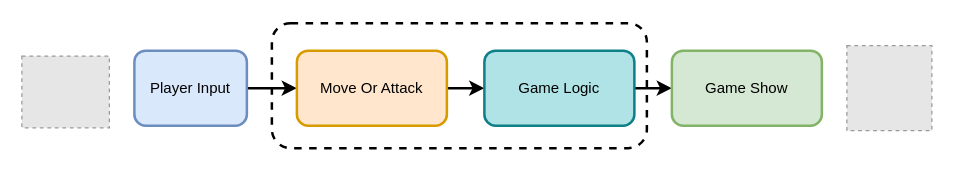
The draw.io diagram page "multi 的副本" (6 of 47) of booming/Booming ypwangv6.0 new 104ppt-17.drawio in yrdimple/flowChart, before the edit. Source tidied: cells renumbered, new cells numbered last; positions are measured from the earlier drawing's top-left corner, leaving out a move shared by most shapes. Both pictures are drawn from the tidied source at 125%, with x=0, y=0 at pixel (21, 22). Pictures stored in the file or linked from it are replaced by grey dashed boxes.
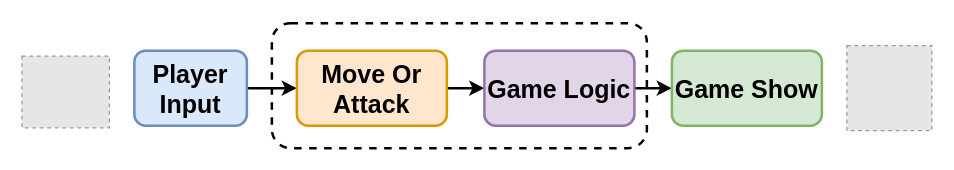
The same diagram, later.

Diff of the diagram source:
```diff
@@
 <mxGraphModel>
   <root>
     <mxCell id="0" />
     <mxCell id="1" parent="0" />
+    <mxCell id="11" style="rounded=1;whiteSpace=wrap;html=1;strokeWidth=2;fillColor=none;dashed=1;fontSize=20;fontStyle=1;" parent="1" vertex="1">
+      <mxGeometry x="200" width="300" height="100" as="geometry" />
+    </mxCell>
-    <mxCell id="2" style="fillColor=#E6E6E6;strokeColor=#999999;dashed=1;verticalLabelPosition=bottom;labelBackgroundColor=default;verticalAlign=top;" parent="1" vertex="1">
+    <mxCell id="2" style="fillColor=#E6E6E6;strokeColor=#999999;dashed=1;verticalLabelPosition=bottom;labelBackgroundColor=default;verticalAlign=top;fontSize=20;fontStyle=1;" parent="1" vertex="1">
       <mxGeometry y="26.3" width="70" height="57.4" as="geometry" />
     </mxCell>
-    <mxCell id="3" style="edgeStyle=orthogonalEdgeStyle;rounded=0;jettySize=auto;html=1;entryX=0;entryY=0.5;entryDx=0;entryDy=0;strokeWidth=2;" parent="1" edge="1" source="4" target="6">
+    <mxCell id="3" style="edgeStyle=orthogonalEdgeStyle;rounded=0;jettySize=auto;html=1;entryX=0;entryY=0.5;entryDx=0;entryDy=0;strokeWidth=2;fontSize=20;fontStyle=1;" parent="1" edge="1" source="4" target="6">
       <mxGeometry relative="1" as="geometry" />
     </mxCell>
-    <mxCell id="4" value="Player Input" style="rounded=1;whiteSpace=wrap;html=1;strokeWidth=2;fillColor=#dae8fc;strokeColor=#6c8ebf;" parent="1" vertex="1">
+    <mxCell id="4" value="Player Input" style="rounded=1;whiteSpace=wrap;html=1;strokeWidth=2;fillColor=#dae8fc;strokeColor=#6c8ebf;fontSize=20;fontStyle=1;" parent="1" vertex="1">
       <mxGeometry x="90" y="22" width="90" height="60" as="geometry" />
     </mxCell>
-    <mxCell id="5" style="edgeStyle=orthogonalEdgeStyle;rounded=0;jettySize=auto;html=1;entryX=0;entryY=0.5;entryDx=0;entryDy=0;strokeWidth=2;" parent="1" edge="1" source="6" target="8">
+    <mxCell id="5" style="edgeStyle=orthogonalEdgeStyle;rounded=0;jettySize=auto;html=1;entryX=0;entryY=0.5;entryDx=0;entryDy=0;strokeWidth=2;fontSize=20;fontStyle=1;" parent="1" edge="1" source="6" target="8">
       <mxGeometry relative="1" as="geometry" />
     </mxCell>
-    <mxCell id="6" value="Move Or Attack" style="rounded=1;whiteSpace=wrap;html=1;strokeWidth=2;fillColor=#ffe6cc;strokeColor=#d79b00;" parent="1" vertex="1">
+    <mxCell id="6" value="Move Or Attack" style="rounded=1;whiteSpace=wrap;html=1;strokeWidth=2;fillColor=#ffe6cc;strokeColor=#d79b00;fontSize=20;fontStyle=1;" parent="1" vertex="1">
       <mxGeometry x="220" y="22" width="120" height="60" as="geometry" />
     </mxCell>
-    <mxCell id="7" style="edgeStyle=orthogonalEdgeStyle;rounded=0;jettySize=auto;html=1;strokeWidth=2;" parent="1" edge="1" source="8" target="9">
+    <mxCell id="7" style="edgeStyle=orthogonalEdgeStyle;rounded=0;jettySize=auto;html=1;strokeWidth=2;fontSize=20;fontStyle=1;" parent="1" edge="1" source="8" target="9">
       <mxGeometry relative="1" as="geometry" />
     </mxCell>
-    <mxCell id="8" value="Game Logic" style="rounded=1;whiteSpace=wrap;html=1;strokeWidth=2;fillColor=#b0e3e6;strokeColor=#0e8088;" parent="1" vertex="1">
+    <mxCell id="8" value="Game Logic" style="rounded=1;whiteSpace=wrap;html=1;strokeWidth=2;fillColor=#e1d5e7;strokeColor=#9673a6;fontSize=20;fontStyle=1;" parent="1" vertex="1">
       <mxGeometry x="370" y="22" width="120" height="60" as="geometry" />
     </mxCell>
-    <mxCell id="9" value="Game Show" style="rounded=1;whiteSpace=wrap;html=1;strokeWidth=2;fillColor=#d5e8d4;strokeColor=#82b366;" parent="1" vertex="1">
+    <mxCell id="9" value="Game Show" style="rounded=1;whiteSpace=wrap;html=1;strokeWidth=2;fillColor=#d5e8d4;strokeColor=#82b366;fontSize=20;fontStyle=1;" parent="1" vertex="1">
       <mxGeometry x="520" y="22" width="120" height="60" as="geometry" />
     </mxCell>
-    <mxCell id="10" style="fillColor=#E6E6E6;strokeColor=#999999;dashed=1;html=1;verticalAlign=top;verticalLabelPosition=bottom;labelBackgroundColor=#ffffff;" parent="1" vertex="1">
+    <mxCell id="10" style="fillColor=#E6E6E6;strokeColor=#999999;dashed=1;html=1;verticalAlign=top;verticalLabelPosition=bottom;labelBackgroundColor=#ffffff;fontSize=20;fontStyle=1;" parent="1" vertex="1">
       <mxGeometry x="660" y="18" width="68" height="68" as="geometry" />
     </mxCell>
-    <mxCell id="11" style="rounded=1;whiteSpace=wrap;html=1;strokeWidth=2;fillColor=none;dashed=1;" parent="1" vertex="1">
-      <mxGeometry x="200" width="300" height="100" as="geometry" />
-    </mxCell>
   </root>
 </mxGraphModel>
```
